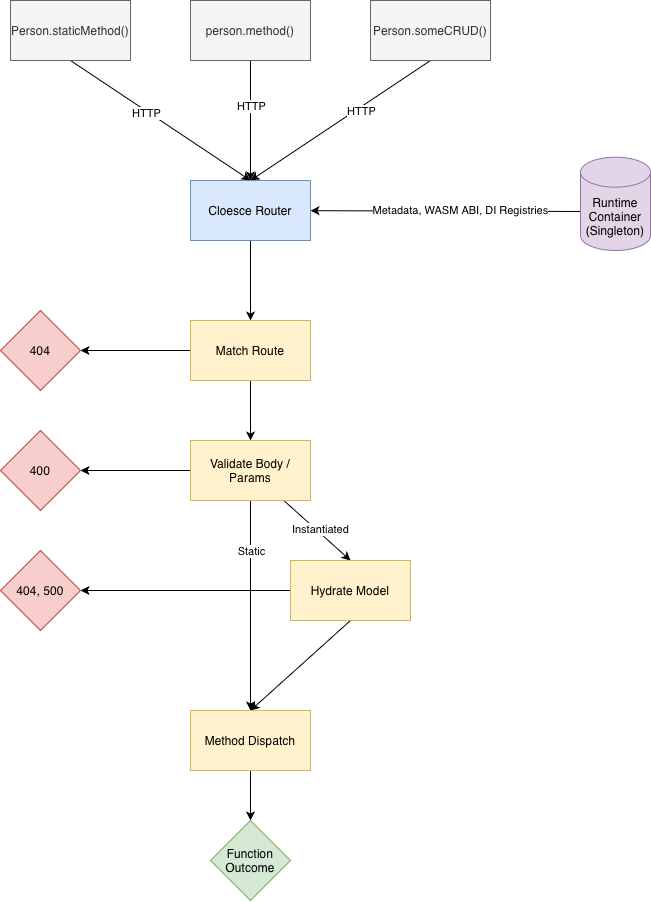
bens-schreiber/cloesce keeps this draw.io diagram as mkdocs/docs/assets/Cloesce Router.drawio.png. Above is the earlier version. Source tidied: cells renumbered, new cells last; positions are measured from the earlier drawing's top-left corner, leaving out a move shared by most shapes. The source it was exported from:
```xml
<mxGraphModel>
  <root>
    <mxCell id="0" />
    <mxCell id="1" parent="0" />
    <mxCell id="2" style="edgeStyle=none;rounded=0;jettySize=auto;html=1;exitX=0.5;exitY=1;exitDx=0;exitDy=0;entryX=0.5;entryY=0;entryDx=0;entryDy=0;" parent="1" edge="1" source="4" target="14">
      <mxGeometry relative="1" as="geometry" />
    </mxCell>
    <mxCell id="3" value="HTTP" style="edgeLabel;html=1;align=center;verticalAlign=middle;" parent="2" vertex="1">
      <mxGeometry x="-0.16" y="-2" relative="1" as="geometry" />
    </mxCell>
    <mxCell id="4" value="Person.staticMethod()" style="rounded=0;whiteSpace=wrap;html=1;fillColor=#f5f5f5;fontColor=#333333;strokeColor=#666666;" parent="1" vertex="1">
      <mxGeometry x="10" width="120" height="60" as="geometry" />
    </mxCell>
    <mxCell id="5" style="edgeStyle=none;rounded=0;jettySize=auto;html=1;exitX=0.5;exitY=1;exitDx=0;exitDy=0;entryX=0.5;entryY=0;entryDx=0;entryDy=0;" parent="1" edge="1" source="7" target="14">
      <mxGeometry relative="1" as="geometry" />
    </mxCell>
    <mxCell id="6" value="HTTP" style="edgeLabel;html=1;align=center;verticalAlign=middle;" parent="5" vertex="1">
      <mxGeometry x="-0.23" relative="1" as="geometry" />
    </mxCell>
    <mxCell id="7" value="person.method()" style="rounded=0;whiteSpace=wrap;html=1;fillColor=#f5f5f5;fontColor=#333333;strokeColor=#666666;" parent="1" vertex="1">
      <mxGeometry x="190" width="120" height="60" as="geometry" />
    </mxCell>
    <mxCell id="8" style="edgeStyle=none;rounded=0;jettySize=auto;html=1;exitX=0.5;exitY=1;exitDx=0;exitDy=0;entryX=0.5;entryY=0;entryDx=0;entryDy=0;" parent="1" edge="1" source="10" target="14">
      <mxGeometry relative="1" as="geometry" />
    </mxCell>
    <mxCell id="9" value="HTTP" style="edgeLabel;html=1;align=center;verticalAlign=middle;" parent="8" vertex="1">
      <mxGeometry x="-0.35" y="2" relative="1" as="geometry">
        <mxPoint x="-13" y="10" as="offset" />
      </mxGeometry>
    </mxCell>
    <mxCell id="10" value="Person.someCRUD()" style="rounded=0;whiteSpace=wrap;html=1;fillColor=#f5f5f5;fontColor=#333333;strokeColor=#666666;" parent="1" vertex="1">
      <mxGeometry x="370" width="120" height="60" as="geometry" />
    </mxCell>
    <mxCell id="11" style="edgeStyle=none;rounded=0;jettySize=auto;html=1;" parent="1" edge="1" source="14" target="17">
      <mxGeometry relative="1" as="geometry" />
    </mxCell>
    <mxCell id="12" style="edgeStyle=none;rounded=0;jettySize=auto;html=1;exitX=0.029;exitY=0.582;exitDx=0;exitDy=0;exitPerimeter=0;" parent="1" edge="1" source="18" target="14">
      <mxGeometry relative="1" as="geometry" />
    </mxCell>
    <mxCell id="13" value="Metadata, WASM ABI, DI Registries" style="edgeLabel;html=1;align=center;verticalAlign=middle;" parent="12" vertex="1">
      <mxGeometry x="-0.09" y="-1" relative="1" as="geometry" />
    </mxCell>
    <mxCell id="14" value="Cloesce Router" style="rounded=0;whiteSpace=wrap;html=1;fillColor=#dae8fc;strokeColor=#6c8ebf;" parent="1" vertex="1">
      <mxGeometry x="190" y="180" width="120" height="60" as="geometry" />
    </mxCell>
    <mxCell id="15" style="edgeStyle=none;rounded=0;jettySize=auto;html=1;exitX=0;exitY=0.5;exitDx=0;exitDy=0;entryX=1;entryY=0.5;entryDx=0;entryDy=0;" parent="1" edge="1" source="17" target="19">
      <mxGeometry relative="1" as="geometry" />
    </mxCell>
    <mxCell id="16" style="edgeStyle=none;rounded=0;jettySize=auto;html=1;entryX=0.5;entryY=0;entryDx=0;entryDy=0;" parent="1" edge="1" source="17" target="25">
      <mxGeometry relative="1" as="geometry" />
    </mxCell>
    <mxCell id="17" value="Match Route" style="rounded=0;whiteSpace=wrap;html=1;fillColor=#fff2cc;strokeColor=#d6b656;" parent="1" vertex="1">
      <mxGeometry x="190" y="320" width="120" height="60" as="geometry" />
    </mxCell>
    <mxCell id="18" value="Runtime&lt;div&gt;Container&lt;/div&gt;&lt;div&gt;(Singleton)&lt;/div&gt;" style="shape=cylinder3;whiteSpace=wrap;html=1;boundedLbl=1;backgroundOutline=1;size=15;fillColor=#e1d5e7;strokeColor=#9673a6;" parent="1" vertex="1">
      <mxGeometry x="580" y="156.7" width="70" height="93.3" as="geometry" />
    </mxCell>
    <mxCell id="19" value="404" style="rhombus;whiteSpace=wrap;html=1;fillColor=#f8cecc;strokeColor=#b85450;" parent="1" vertex="1">
      <mxGeometry y="310" width="80" height="80" as="geometry" />
    </mxCell>
    <mxCell id="20" style="edgeStyle=none;rounded=0;jettySize=auto;html=1;entryX=1;entryY=0.5;entryDx=0;entryDy=0;" parent="1" edge="1" source="25" target="26">
      <mxGeometry relative="1" as="geometry" />
    </mxCell>
    <mxCell id="21" style="edgeStyle=none;rounded=0;jettySize=auto;html=1;entryX=0.5;entryY=0;entryDx=0;entryDy=0;" parent="1" edge="1" source="25" target="29">
      <mxGeometry relative="1" as="geometry" />
    </mxCell>
    <mxCell id="22" value="Instantiated" style="edgeLabel;html=1;align=center;verticalAlign=middle;" parent="21" vertex="1">
      <mxGeometry x="0.01" y="3" relative="1" as="geometry" />
    </mxCell>
    <mxCell id="23" style="edgeStyle=none;rounded=0;jettySize=auto;html=1;exitX=0.5;exitY=1;exitDx=0;exitDy=0;" parent="1" edge="1" source="25" target="32">
      <mxGeometry relative="1" as="geometry" />
    </mxCell>
    <mxCell id="24" value="Static" style="edgeLabel;html=1;align=center;verticalAlign=middle;" parent="23" vertex="1">
      <mxGeometry x="-0.55" relative="1" as="geometry">
        <mxPoint y="3" as="offset" />
      </mxGeometry>
    </mxCell>
    <mxCell id="25" value="Validate Body / Params" style="rounded=0;whiteSpace=wrap;html=1;fillColor=#fff2cc;strokeColor=#d6b656;" parent="1" vertex="1">
      <mxGeometry x="190" y="440" width="120" height="60" as="geometry" />
    </mxCell>
    <mxCell id="26" value="400" style="rhombus;whiteSpace=wrap;html=1;fillColor=#f8cecc;strokeColor=#b85450;" parent="1" vertex="1">
      <mxGeometry y="430" width="80" height="80" as="geometry" />
    </mxCell>
    <mxCell id="27" style="edgeStyle=none;rounded=0;jettySize=auto;html=1;entryX=1;entryY=0.5;entryDx=0;entryDy=0;" parent="1" edge="1" source="29" target="30">
      <mxGeometry relative="1" as="geometry" />
    </mxCell>
    <mxCell id="28" style="edgeStyle=none;rounded=0;jettySize=auto;html=1;exitX=0.5;exitY=1;exitDx=0;exitDy=0;entryX=0.5;entryY=0;entryDx=0;entryDy=0;" parent="1" edge="1" source="29" target="32">
      <mxGeometry relative="1" as="geometry" />
    </mxCell>
    <mxCell id="29" value="Hydrate Model" style="rounded=0;whiteSpace=wrap;html=1;fillColor=#fff2cc;strokeColor=#d6b656;" parent="1" vertex="1">
      <mxGeometry x="290" y="560" width="120" height="60" as="geometry" />
    </mxCell>
    <mxCell id="30" value="404, 500" style="rhombus;whiteSpace=wrap;html=1;fillColor=#f8cecc;strokeColor=#b85450;" parent="1" vertex="1">
      <mxGeometry y="550" width="80" height="80" as="geometry" />
    </mxCell>
    <mxCell id="31" style="edgeStyle=none;rounded=0;jettySize=auto;html=1;entryX=0.5;entryY=0;entryDx=0;entryDy=0;" parent="1" edge="1" source="32" target="33">
      <mxGeometry relative="1" as="geometry" />
    </mxCell>
    <mxCell id="32" value="Method Dispatch" style="rounded=0;whiteSpace=wrap;html=1;fillColor=#fff2cc;strokeColor=#d6b656;" parent="1" vertex="1">
      <mxGeometry x="190" y="710" width="120" height="60" as="geometry" />
    </mxCell>
    <mxCell id="33" value="Function Outcome" style="rhombus;whiteSpace=wrap;html=1;fillColor=#d5e8d4;strokeColor=#82b366;" parent="1" vertex="1">
      <mxGeometry x="210" y="820" width="80" height="80" as="geometry" />
    </mxCell>
  </root>
</mxGraphModel>
```
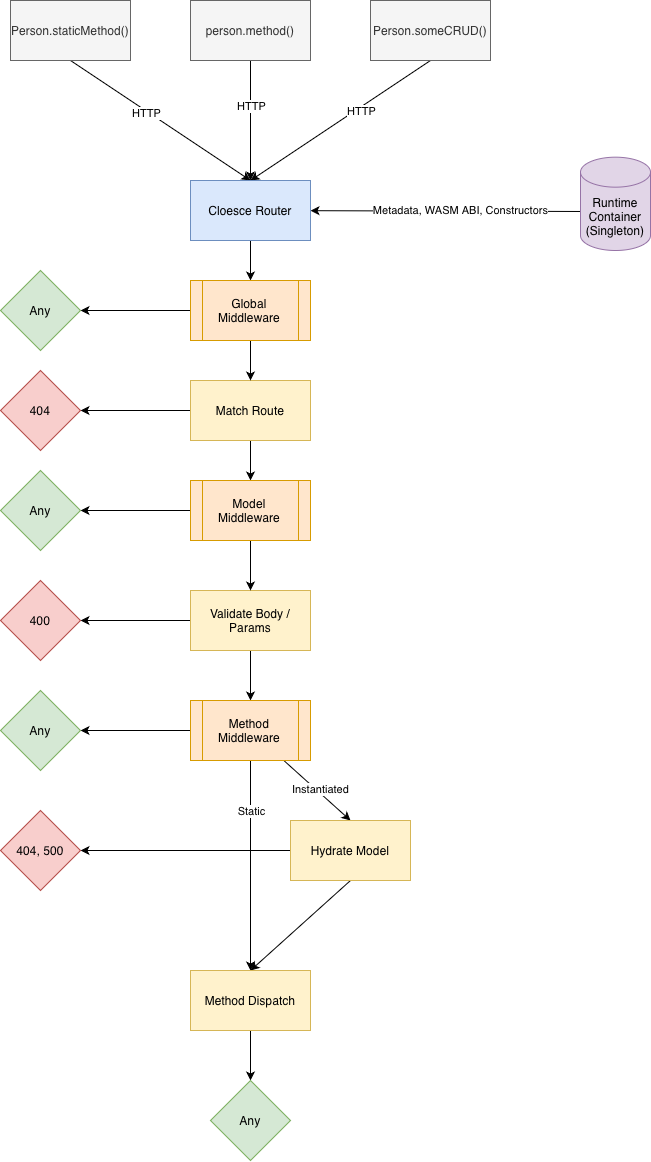
The same diagram one commit later.

The edit, as a diff of the source:
```diff
@@ -31,55 +31,62 @@
     <mxCell id="10" value="Person.someCRUD()" style="rounded=0;whiteSpace=wrap;html=1;fillColor=#f5f5f5;fontColor=#333333;strokeColor=#666666;" parent="1" vertex="1">
       <mxGeometry x="370" width="120" height="60" as="geometry" />
     </mxCell>
-    <mxCell id="11" style="edgeStyle=none;rounded=0;jettySize=auto;html=1;" parent="1" edge="1" source="14" target="17">
-      <mxGeometry relative="1" as="geometry" />
-    </mxCell>
     <mxCell id="12" style="edgeStyle=none;rounded=0;jettySize=auto;html=1;exitX=0.029;exitY=0.582;exitDx=0;exitDy=0;exitPerimeter=0;" parent="1" edge="1" source="18" target="14">
       <mxGeometry relative="1" as="geometry" />
     </mxCell>
-    <mxCell id="13" value="Metadata, WASM ABI, DI Registries" style="edgeLabel;html=1;align=center;verticalAlign=middle;" parent="12" vertex="1">
+    <mxCell id="13" value="Metadata, WASM ABI, Constructors" style="edgeLabel;html=1;align=center;verticalAlign=middle;" parent="12" vertex="1">
       <mxGeometry x="-0.09" y="-1" relative="1" as="geometry" />
     </mxCell>
+    <mxCell id="34" style="edgeStyle=orthogonalEdgeStyle;rounded=0;jettySize=auto;html=1;entryX=0.5;entryY=0;entryDx=0;entryDy=0;" parent="1" edge="1" source="14" target="39">
+      <mxGeometry relative="1" as="geometry" />
+    </mxCell>
     <mxCell id="14" value="Cloesce Router" style="rounded=0;whiteSpace=wrap;html=1;fillColor=#dae8fc;strokeColor=#6c8ebf;" parent="1" vertex="1">
       <mxGeometry x="190" y="180" width="120" height="60" as="geometry" />
     </mxCell>
     <mxCell id="15" style="edgeStyle=none;rounded=0;jettySize=auto;html=1;exitX=0;exitY=0.5;exitDx=0;exitDy=0;entryX=1;entryY=0.5;entryDx=0;entryDy=0;" parent="1" edge="1" source="17" target="19">
       <mxGeometry relative="1" as="geometry" />
     </mxCell>
-    <mxCell id="16" style="edgeStyle=none;rounded=0;jettySize=auto;html=1;entryX=0.5;entryY=0;entryDx=0;entryDy=0;" parent="1" edge="1" source="17" target="25">
-      <mxGeometry relative="1" as="geometry" />
-    </mxCell>
+    <mxCell id="35" style="edgeStyle=orthogonalEdgeStyle;rounded=0;jettySize=auto;html=1;entryX=0.5;entryY=0;entryDx=0;entryDy=0;" parent="1" edge="1" source="17" target="43">
+      <mxGeometry relative="1" as="geometry" />
+    </mxCell>
     <mxCell id="17" value="Match Route" style="rounded=0;whiteSpace=wrap;html=1;fillColor=#fff2cc;strokeColor=#d6b656;" parent="1" vertex="1">
-      <mxGeometry x="190" y="320" width="120" height="60" as="geometry" />
+      <mxGeometry x="190" y="380" width="120" height="60" as="geometry" />
     </mxCell>
     <mxCell id="18" value="Runtime&lt;div&gt;Container&lt;/div&gt;&lt;div&gt;(Singleton)&lt;/div&gt;" style="shape=cylinder3;whiteSpace=wrap;html=1;boundedLbl=1;backgroundOutline=1;size=15;fillColor=#e1d5e7;strokeColor=#9673a6;" parent="1" vertex="1">
       <mxGeometry x="580" y="156.7" width="70" height="93.3" as="geometry" />
     </mxCell>
     <mxCell id="19" value="404" style="rhombus;whiteSpace=wrap;html=1;fillColor=#f8cecc;strokeColor=#b85450;" parent="1" vertex="1">
-      <mxGeometry y="310" width="80" height="80" as="geometry" />
+      <mxGeometry y="370" width="80" height="80" as="geometry" />
     </mxCell>
     <mxCell id="20" style="edgeStyle=none;rounded=0;jettySize=auto;html=1;entryX=1;entryY=0.5;entryDx=0;entryDy=0;" parent="1" edge="1" source="25" target="26">
       <mxGeometry relative="1" as="geometry" />
     </mxCell>
-    <mxCell id="21" style="edgeStyle=none;rounded=0;jettySize=auto;html=1;entryX=0.5;entryY=0;entryDx=0;entryDy=0;" parent="1" edge="1" source="25" target="29">
-      <mxGeometry relative="1" as="geometry" />
+    <mxCell id="21" style="edgeStyle=none;rounded=0;jettySize=auto;html=1;entryX=0.5;entryY=0;entryDx=0;entryDy=0;" parent="1" edge="1" target="29">
+      <mxGeometry relative="1" as="geometry">
+        <mxPoint x="283.3" y="760" as="sourcePoint" />
+      </mxGeometry>
     </mxCell>
     <mxCell id="22" value="Instantiated" style="edgeLabel;html=1;align=center;verticalAlign=middle;" parent="21" vertex="1">
       <mxGeometry x="0.01" y="3" relative="1" as="geometry" />
     </mxCell>
-    <mxCell id="23" style="edgeStyle=none;rounded=0;jettySize=auto;html=1;exitX=0.5;exitY=1;exitDx=0;exitDy=0;" parent="1" edge="1" source="25" target="32">
-      <mxGeometry relative="1" as="geometry" />
+    <mxCell id="23" style="edgeStyle=none;rounded=0;jettySize=auto;html=1;exitX=0.5;exitY=1;exitDx=0;exitDy=0;" parent="1" edge="1" target="32">
+      <mxGeometry relative="1" as="geometry">
+        <mxPoint x="250" y="760" as="sourcePoint" />
+      </mxGeometry>
     </mxCell>
     <mxCell id="24" value="Static" style="edgeLabel;html=1;align=center;verticalAlign=middle;" parent="23" vertex="1">
       <mxGeometry x="-0.55" relative="1" as="geometry">
         <mxPoint y="3" as="offset" />
       </mxGeometry>
     </mxCell>
+    <mxCell id="36" style="edgeStyle=orthogonalEdgeStyle;rounded=0;jettySize=auto;html=1;entryX=0.5;entryY=0;entryDx=0;entryDy=0;" parent="1" edge="1" source="25" target="46">
+      <mxGeometry relative="1" as="geometry" />
+    </mxCell>
     <mxCell id="25" value="Validate Body / Params" style="rounded=0;whiteSpace=wrap;html=1;fillColor=#fff2cc;strokeColor=#d6b656;" parent="1" vertex="1">
-      <mxGeometry x="190" y="440" width="120" height="60" as="geometry" />
+      <mxGeometry x="190" y="590" width="120" height="60" as="geometry" />
     </mxCell>
     <mxCell id="26" value="400" style="rhombus;whiteSpace=wrap;html=1;fillColor=#f8cecc;strokeColor=#b85450;" parent="1" vertex="1">
-      <mxGeometry y="430" width="80" height="80" as="geometry" />
+      <mxGeometry y="580" width="80" height="80" as="geometry" />
     </mxCell>
     <mxCell id="27" style="edgeStyle=none;rounded=0;jettySize=auto;html=1;entryX=1;entryY=0.5;entryDx=0;entryDy=0;" parent="1" edge="1" source="29" target="30">
       <mxGeometry relative="1" as="geometry" />
@@ -88,19 +95,52 @@
       <mxGeometry relative="1" as="geometry" />
     </mxCell>
     <mxCell id="29" value="Hydrate Model" style="rounded=0;whiteSpace=wrap;html=1;fillColor=#fff2cc;strokeColor=#d6b656;" parent="1" vertex="1">
-      <mxGeometry x="290" y="560" width="120" height="60" as="geometry" />
+      <mxGeometry x="290" y="820" width="120" height="60" as="geometry" />
     </mxCell>
     <mxCell id="30" value="404, 500" style="rhombus;whiteSpace=wrap;html=1;fillColor=#f8cecc;strokeColor=#b85450;" parent="1" vertex="1">
-      <mxGeometry y="550" width="80" height="80" as="geometry" />
+      <mxGeometry y="810" width="80" height="80" as="geometry" />
     </mxCell>
     <mxCell id="31" style="edgeStyle=none;rounded=0;jettySize=auto;html=1;entryX=0.5;entryY=0;entryDx=0;entryDy=0;" parent="1" edge="1" source="32" target="33">
       <mxGeometry relative="1" as="geometry" />
     </mxCell>
     <mxCell id="32" value="Method Dispatch" style="rounded=0;whiteSpace=wrap;html=1;fillColor=#fff2cc;strokeColor=#d6b656;" parent="1" vertex="1">
-      <mxGeometry x="190" y="710" width="120" height="60" as="geometry" />
+      <mxGeometry x="190" y="970" width="120" height="60" as="geometry" />
     </mxCell>
-    <mxCell id="33" value="Function Outcome" style="rhombus;whiteSpace=wrap;html=1;fillColor=#d5e8d4;strokeColor=#82b366;" parent="1" vertex="1">
-      <mxGeometry x="210" y="820" width="80" height="80" as="geometry" />
+    <mxCell id="33" value="Any" style="rhombus;whiteSpace=wrap;html=1;fillColor=#d5e8d4;strokeColor=#82b366;" parent="1" vertex="1">
+      <mxGeometry x="210" y="1080" width="80" height="80" as="geometry" />
     </mxCell>
+    <mxCell id="37" style="edgeStyle=orthogonalEdgeStyle;rounded=0;jettySize=auto;html=1;entryX=0.5;entryY=0;entryDx=0;entryDy=0;" parent="1" edge="1" source="39" target="17">
+      <mxGeometry relative="1" as="geometry" />
+    </mxCell>
+    <mxCell id="38" style="edgeStyle=orthogonalEdgeStyle;rounded=0;jettySize=auto;html=1;" parent="1" edge="1" source="39" target="40">
+      <mxGeometry relative="1" as="geometry" />
+    </mxCell>
+    <mxCell id="39" value="Global Middleware" style="shape=process;whiteSpace=wrap;html=1;backgroundOutline=1;fillColor=#ffe6cc;strokeColor=#d79b00;" parent="1" vertex="1">
+      <mxGeometry x="190" y="280" width="120" height="60" as="geometry" />
+    </mxCell>
+    <mxCell id="40" value="Any" style="rhombus;whiteSpace=wrap;html=1;fillColor=#d5e8d4;strokeColor=#82b366;" parent="1" vertex="1">
+      <mxGeometry y="270" width="80" height="80" as="geometry" />
+    </mxCell>
+    <mxCell id="41" style="edgeStyle=orthogonalEdgeStyle;rounded=0;jettySize=auto;html=1;entryX=1;entryY=0.5;entryDx=0;entryDy=0;" parent="1" edge="1" source="43" target="44">
+      <mxGeometry relative="1" as="geometry" />
+    </mxCell>
+    <mxCell id="42" style="edgeStyle=orthogonalEdgeStyle;rounded=0;jettySize=auto;html=1;entryX=0.5;entryY=0;entryDx=0;entryDy=0;" parent="1" edge="1" source="43" target="25">
+      <mxGeometry relative="1" as="geometry" />
+    </mxCell>
+    <mxCell id="43" value="Model Middleware" style="shape=process;whiteSpace=wrap;html=1;backgroundOutline=1;fillColor=#ffe6cc;strokeColor=#d79b00;" parent="1" vertex="1">
+      <mxGeometry x="190" y="480" width="120" height="60" as="geometry" />
+    </mxCell>
+    <mxCell id="44" value="Any" style="rhombus;whiteSpace=wrap;html=1;fillColor=#d5e8d4;strokeColor=#82b366;" parent="1" vertex="1">
+      <mxGeometry y="470" width="80" height="80" as="geometry" />
+    </mxCell>
+    <mxCell id="45" style="edgeStyle=orthogonalEdgeStyle;rounded=0;jettySize=auto;html=1;entryX=1;entryY=0.5;entryDx=0;entryDy=0;" parent="1" edge="1" source="46" target="47">
+      <mxGeometry relative="1" as="geometry" />
+    </mxCell>
+    <mxCell id="46" value="Method Middleware" style="shape=process;whiteSpace=wrap;html=1;backgroundOutline=1;fillColor=#ffe6cc;strokeColor=#d79b00;" parent="1" vertex="1">
+      <mxGeometry x="190" y="700" width="120" height="60" as="geometry" />
+    </mxCell>
+    <mxCell id="47" value="Any" style="rhombus;whiteSpace=wrap;html=1;fillColor=#d5e8d4;strokeColor=#82b366;" parent="1" vertex="1">
+      <mxGeometry y="690" width="80" height="80" as="geometry" />
+    </mxCell>
   </root>
 </mxGraphModel>
```
